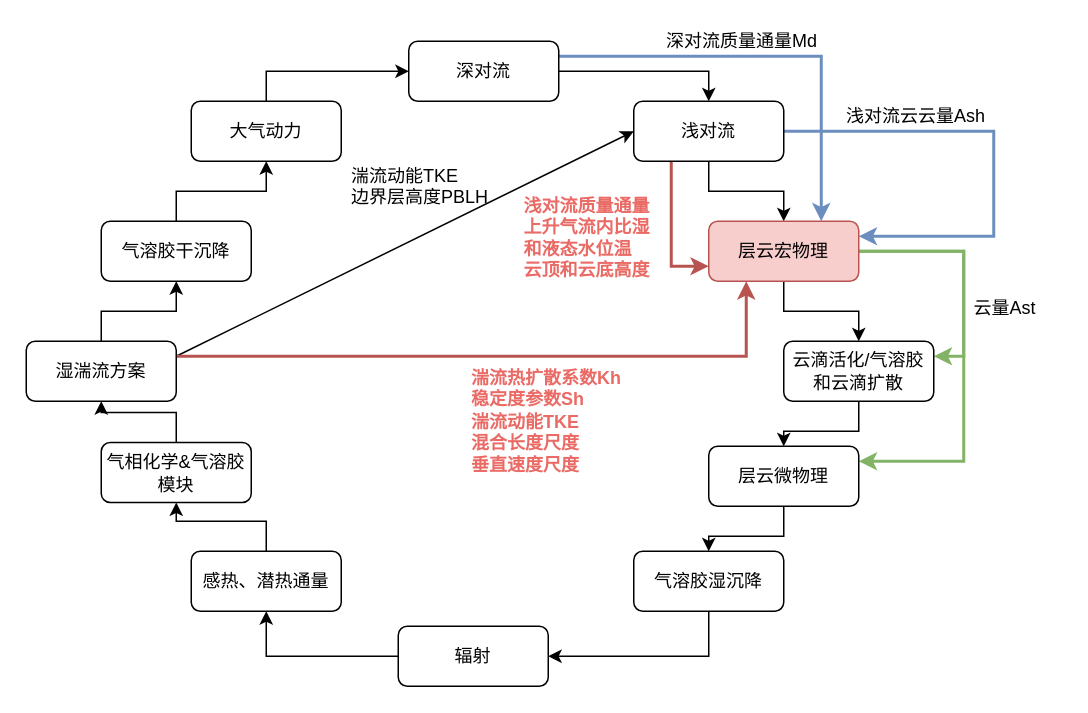
Above: CAM5-schematic.drawio in qinyia/drawio.output (draw.io), before the change. Source tidied: cells renumbered, new cells numbered last; positions are measured from the earlier drawing's top-left corner, leaving out a move shared by most shapes. Both pictures are drawn from the tidied source at 150%, with x=0, y=0 at pixel (26, 26).
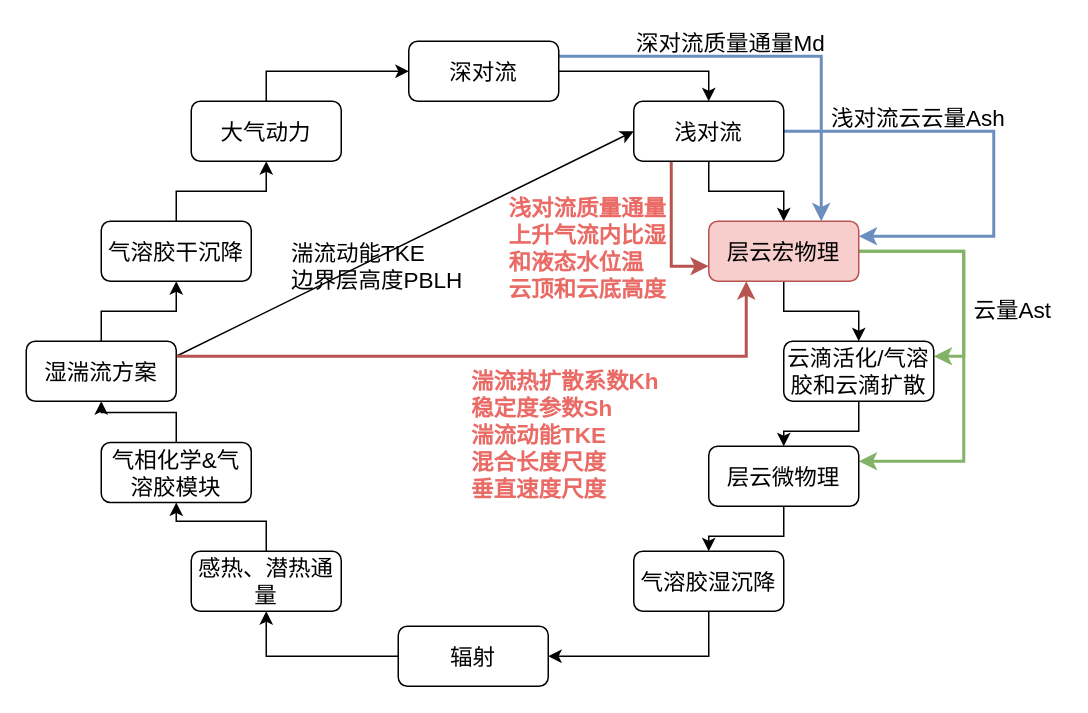
Above is the later version.

What changed in the source:
```diff
@@
-    <mxCell id="2" style="edgeStyle=orthogonalEdgeStyle;rounded=0;jettySize=auto;html=1;exitX=1;exitY=0.5;exitDx=0;exitDy=0;entryX=0.5;entryY=0;entryDx=0;entryDy=0;" parent="1" edge="1" source="4" target="8">
+    <mxCell id="2" style="edgeStyle=orthogonalEdgeStyle;rounded=0;jettySize=auto;html=1;exitX=1;exitY=0.5;exitDx=0;exitDy=0;entryX=0.5;entryY=0;entryDx=0;entryDy=0;fontSize=15;" parent="1" edge="1" source="4" target="8">
       <mxGeometry relative="1" as="geometry" />
     </mxCell>
-    <mxCell id="3" style="edgeStyle=orthogonalEdgeStyle;rounded=0;jettySize=auto;html=1;exitX=1;exitY=0.25;exitDx=0;exitDy=0;entryX=0.75;entryY=0;entryDx=0;entryDy=0;strokeWidth=2;fillColor=#dae8fc;strokeColor=#6c8ebf;" parent="1" edge="1" source="4" target="12">
+    <mxCell id="3" style="edgeStyle=orthogonalEdgeStyle;rounded=0;jettySize=auto;html=1;exitX=1;exitY=0.25;exitDx=0;exitDy=0;entryX=0.75;entryY=0;entryDx=0;entryDy=0;strokeWidth=2;fillColor=#dae8fc;strokeColor=#6c8ebf;fontSize=15;" parent="1" edge="1" source="4" target="12">
       <mxGeometry relative="1" as="geometry" />
     </mxCell>
-    <mxCell id="4" value="深对流" style="rounded=1;whiteSpace=wrap;html=1;" parent="1" vertex="1">
+    <mxCell id="4" value="深对流" style="rounded=1;whiteSpace=wrap;html=1;fontSize=15;" parent="1" vertex="1">
       <mxGeometry x="255" y="10" width="100" height="40" as="geometry" />
     </mxCell>
-    <mxCell id="5" style="edgeStyle=orthogonalEdgeStyle;rounded=0;jettySize=auto;html=1;entryX=0.5;entryY=0;entryDx=0;entryDy=0;" parent="1" edge="1" source="8" target="12">
+    <mxCell id="5" style="edgeStyle=orthogonalEdgeStyle;rounded=0;jettySize=auto;html=1;entryX=0.5;entryY=0;entryDx=0;entryDy=0;fontSize=15;" parent="1" edge="1" source="8" target="12">
       <mxGeometry relative="1" as="geometry" />
     </mxCell>
-    <mxCell id="6" style="edgeStyle=orthogonalEdgeStyle;rounded=0;jettySize=auto;html=1;exitX=1;exitY=0.5;exitDx=0;exitDy=0;entryX=1;entryY=0.25;entryDx=0;entryDy=0;strokeWidth=2;fillColor=#dae8fc;strokeColor=#6c8ebf;" parent="1" edge="1" source="8" target="12">
+    <mxCell id="6" style="edgeStyle=orthogonalEdgeStyle;rounded=0;jettySize=auto;html=1;exitX=1;exitY=0.5;exitDx=0;exitDy=0;entryX=1;entryY=0.25;entryDx=0;entryDy=0;strokeWidth=2;fillColor=#dae8fc;strokeColor=#6c8ebf;fontSize=15;" parent="1" edge="1" source="8" target="12">
       <mxGeometry relative="1" as="geometry">
         <Array as="points">
           <mxPoint x="645" y="70" />
           <mxPoint x="645" y="140" />
         </Array>
       </mxGeometry>
     </mxCell>
-    <mxCell id="7" style="edgeStyle=orthogonalEdgeStyle;rounded=0;jettySize=auto;html=1;exitX=0.25;exitY=1;exitDx=0;exitDy=0;entryX=0;entryY=0.75;entryDx=0;entryDy=0;strokeWidth=2;fillColor=#f8cecc;strokeColor=#b85450;" parent="1" edge="1" source="8" target="12">
+    <mxCell id="7" style="edgeStyle=orthogonalEdgeStyle;rounded=0;jettySize=auto;html=1;exitX=0.25;exitY=1;exitDx=0;exitDy=0;entryX=0;entryY=0.75;entryDx=0;entryDy=0;strokeWidth=2;fillColor=#f8cecc;strokeColor=#b85450;fontSize=15;" parent="1" edge="1" source="8" target="12">
       <mxGeometry relative="1" as="geometry" />
     </mxCell>
-    <mxCell id="8" value="浅对流" style="rounded=1;whiteSpace=wrap;html=1;" parent="1" vertex="1">
+    <mxCell id="8" value="浅对流" style="rounded=1;whiteSpace=wrap;html=1;fontSize=15;" parent="1" vertex="1">
       <mxGeometry x="405" y="50" width="100" height="40" as="geometry" />
     </mxCell>
-    <mxCell id="9" style="edgeStyle=orthogonalEdgeStyle;rounded=0;jettySize=auto;html=1;exitX=0.5;exitY=1;exitDx=0;exitDy=0;entryX=0.5;entryY=0;entryDx=0;entryDy=0;" parent="1" edge="1" source="12" target="14">
+    <mxCell id="9" style="edgeStyle=orthogonalEdgeStyle;rounded=0;jettySize=auto;html=1;exitX=0.5;exitY=1;exitDx=0;exitDy=0;entryX=0.5;entryY=0;entryDx=0;entryDy=0;fontSize=15;" parent="1" edge="1" source="12" target="14">
       <mxGeometry relative="1" as="geometry" />
     </mxCell>
-    <mxCell id="10" style="edgeStyle=orthogonalEdgeStyle;rounded=0;jettySize=auto;html=1;exitX=1;exitY=0.5;exitDx=0;exitDy=0;entryX=1;entryY=0.25;entryDx=0;entryDy=0;strokeWidth=2;fillColor=#d5e8d4;strokeColor=#82b366;" parent="1" edge="1" source="12" target="14">
+    <mxCell id="10" style="edgeStyle=orthogonalEdgeStyle;rounded=0;jettySize=auto;html=1;exitX=1;exitY=0.5;exitDx=0;exitDy=0;entryX=1;entryY=0.25;entryDx=0;entryDy=0;strokeWidth=2;fillColor=#d5e8d4;strokeColor=#82b366;fontSize=15;" parent="1" edge="1" source="12" target="14">
       <mxGeometry relative="1" as="geometry" />
     </mxCell>
-    <mxCell id="11" style="edgeStyle=orthogonalEdgeStyle;rounded=0;jettySize=auto;html=1;exitX=1;exitY=0.5;exitDx=0;exitDy=0;entryX=1;entryY=0.25;entryDx=0;entryDy=0;strokeWidth=2;fillColor=#d5e8d4;strokeColor=#82b366;" parent="1" edge="1" source="12" target="16">
+    <mxCell id="11" style="edgeStyle=orthogonalEdgeStyle;rounded=0;jettySize=auto;html=1;exitX=1;exitY=0.5;exitDx=0;exitDy=0;entryX=1;entryY=0.25;entryDx=0;entryDy=0;strokeWidth=2;fillColor=#d5e8d4;strokeColor=#82b366;fontSize=15;" parent="1" edge="1" source="12" target="16">
       <mxGeometry relative="1" as="geometry">
         <Array as="points">
           <mxPoint x="625" y="150" />
           <mxPoint x="625" y="290" />
         </Array>
       </mxGeometry>
     </mxCell>
-    <mxCell id="12" value="层云宏物理" style="rounded=1;whiteSpace=wrap;html=1;fillColor=#f8cecc;strokeColor=#b85450;" parent="1" vertex="1">
+    <mxCell id="12" value="层云宏物理" style="rounded=1;whiteSpace=wrap;html=1;fillColor=#f8cecc;strokeColor=#b85450;fontSize=15;" parent="1" vertex="1">
       <mxGeometry x="455" y="130" width="100" height="40" as="geometry" />
     </mxCell>
-    <mxCell id="13" style="edgeStyle=orthogonalEdgeStyle;rounded=0;jettySize=auto;html=1;exitX=0.5;exitY=1;exitDx=0;exitDy=0;entryX=0.5;entryY=0;entryDx=0;entryDy=0;" parent="1" edge="1" source="14" target="16">
+    <mxCell id="13" style="edgeStyle=orthogonalEdgeStyle;rounded=0;jettySize=auto;html=1;exitX=0.5;exitY=1;exitDx=0;exitDy=0;entryX=0.5;entryY=0;entryDx=0;entryDy=0;fontSize=15;" parent="1" edge="1" source="14" target="16">
       <mxGeometry relative="1" as="geometry" />
     </mxCell>
-    <mxCell id="14" value="云滴活化/气溶胶和云滴扩散" style="rounded=1;whiteSpace=wrap;html=1;" parent="1" vertex="1">
+    <mxCell id="14" value="云滴活化/气溶胶和云滴扩散" style="rounded=1;whiteSpace=wrap;html=1;fontSize=15;" parent="1" vertex="1">
       <mxGeometry x="505" y="210" width="100" height="40" as="geometry" />
     </mxCell>
-    <mxCell id="15" style="edgeStyle=orthogonalEdgeStyle;rounded=0;jettySize=auto;html=1;exitX=0.5;exitY=1;exitDx=0;exitDy=0;entryX=0.5;entryY=0;entryDx=0;entryDy=0;" parent="1" edge="1" source="16" target="18">
+    <mxCell id="15" style="edgeStyle=orthogonalEdgeStyle;rounded=0;jettySize=auto;html=1;exitX=0.5;exitY=1;exitDx=0;exitDy=0;entryX=0.5;entryY=0;entryDx=0;entryDy=0;fontSize=15;" parent="1" edge="1" source="16" target="18">
       <mxGeometry relative="1" as="geometry" />
     </mxCell>
-    <mxCell id="16" value="层云微物理" style="rounded=1;whiteSpace=wrap;html=1;" parent="1" vertex="1">
+    <mxCell id="16" value="层云微物理" style="rounded=1;whiteSpace=wrap;html=1;fontSize=15;" parent="1" vertex="1">
       <mxGeometry x="455" y="280" width="100" height="40" as="geometry" />
     </mxCell>
-    <mxCell id="17" style="edgeStyle=orthogonalEdgeStyle;rounded=0;jettySize=auto;html=1;exitX=0.5;exitY=1;exitDx=0;exitDy=0;entryX=1;entryY=0.5;entryDx=0;entryDy=0;" parent="1" edge="1" source="18" target="20">
+    <mxCell id="17" style="edgeStyle=orthogonalEdgeStyle;rounded=0;jettySize=auto;html=1;exitX=0.5;exitY=1;exitDx=0;exitDy=0;entryX=1;entryY=0.5;entryDx=0;entryDy=0;fontSize=15;" parent="1" edge="1" source="18" target="20">
       <mxGeometry relative="1" as="geometry" />
     </mxCell>
-    <mxCell id="18" value="气溶胶湿沉降" style="rounded=1;whiteSpace=wrap;html=1;" parent="1" vertex="1">
+    <mxCell id="18" value="气溶胶湿沉降" style="rounded=1;whiteSpace=wrap;html=1;fontSize=15;" parent="1" vertex="1">
       <mxGeometry x="405" y="350" width="100" height="40" as="geometry" />
     </mxCell>
-    <mxCell id="19" style="edgeStyle=orthogonalEdgeStyle;rounded=0;jettySize=auto;html=1;entryX=0.5;entryY=1;entryDx=0;entryDy=0;" parent="1" edge="1" source="20" target="22">
+    <mxCell id="19" style="edgeStyle=orthogonalEdgeStyle;rounded=0;jettySize=auto;html=1;entryX=0.5;entryY=1;entryDx=0;entryDy=0;fontSize=15;" parent="1" edge="1" source="20" target="22">
       <mxGeometry relative="1" as="geometry" />
     </mxCell>
-    <mxCell id="20" value="辐射" style="rounded=1;whiteSpace=wrap;html=1;" parent="1" vertex="1">
+    <mxCell id="20" value="辐射" style="rounded=1;whiteSpace=wrap;html=1;fontSize=15;" parent="1" vertex="1">
       <mxGeometry x="248" y="400" width="100" height="40" as="geometry" />
     </mxCell>
-    <mxCell id="21" style="edgeStyle=orthogonalEdgeStyle;rounded=0;jettySize=auto;html=1;exitX=0.5;exitY=0;exitDx=0;exitDy=0;entryX=0.5;entryY=1;entryDx=0;entryDy=0;" parent="1" edge="1" source="22" target="24">
+    <mxCell id="21" style="edgeStyle=orthogonalEdgeStyle;rounded=0;jettySize=auto;html=1;exitX=0.5;exitY=0;exitDx=0;exitDy=0;entryX=0.5;entryY=1;entryDx=0;entryDy=0;fontSize=15;" parent="1" edge="1" source="22" target="24">
       <mxGeometry relative="1" as="geometry" />
     </mxCell>
-    <mxCell id="22" value="感热、潜热通量" style="rounded=1;whiteSpace=wrap;html=1;" parent="1" vertex="1">
+    <mxCell id="22" value="感热、潜热通量" style="rounded=1;whiteSpace=wrap;html=1;fontSize=15;" parent="1" vertex="1">
       <mxGeometry x="110" y="350" width="100" height="40" as="geometry" />
     </mxCell>
-    <mxCell id="23" style="edgeStyle=orthogonalEdgeStyle;rounded=0;jettySize=auto;html=1;exitX=0.5;exitY=0;exitDx=0;exitDy=0;entryX=0.5;entryY=1;entryDx=0;entryDy=0;" parent="1" edge="1" source="24" target="28">
+    <mxCell id="23" style="edgeStyle=orthogonalEdgeStyle;rounded=0;jettySize=auto;html=1;exitX=0.5;exitY=0;exitDx=0;exitDy=0;entryX=0.5;entryY=1;entryDx=0;entryDy=0;fontSize=15;" parent="1" edge="1" source="24" target="28">
       <mxGeometry relative="1" as="geometry" />
     </mxCell>
-    <mxCell id="24" value="气相化学&amp;amp;气溶胶模块" style="rounded=1;whiteSpace=wrap;html=1;" parent="1" vertex="1">
+    <mxCell id="24" value="气相化学&amp;amp;气溶胶模块" style="rounded=1;whiteSpace=wrap;html=1;fontSize=15;" parent="1" vertex="1">
       <mxGeometry x="50" y="277.5" width="100" height="40" as="geometry" />
     </mxCell>
-    <mxCell id="25" style="edgeStyle=orthogonalEdgeStyle;rounded=0;jettySize=auto;html=1;exitX=0.5;exitY=0;exitDx=0;exitDy=0;entryX=0.5;entryY=1;entryDx=0;entryDy=0;" parent="1" edge="1" source="28" target="30">
+    <mxCell id="25" style="edgeStyle=orthogonalEdgeStyle;rounded=0;jettySize=auto;html=1;exitX=0.5;exitY=0;exitDx=0;exitDy=0;entryX=0.5;entryY=1;entryDx=0;entryDy=0;fontSize=15;" parent="1" edge="1" source="28" target="30">
       <mxGeometry relative="1" as="geometry" />
     </mxCell>
-    <mxCell id="26" style="rounded=0;jettySize=auto;html=1;exitX=1;exitY=0.25;exitDx=0;exitDy=0;entryX=0;entryY=0.5;entryDx=0;entryDy=0;" parent="1" edge="1" source="28" target="8">
+    <mxCell id="26" style="rounded=0;jettySize=auto;html=1;exitX=1;exitY=0.25;exitDx=0;exitDy=0;entryX=0;entryY=0.5;entryDx=0;entryDy=0;fontSize=15;" parent="1" edge="1" source="28" target="8">
       <mxGeometry relative="1" as="geometry" />
     </mxCell>
-    <mxCell id="27" style="edgeStyle=orthogonalEdgeStyle;rounded=0;jettySize=auto;html=1;exitX=1;exitY=0.25;exitDx=0;exitDy=0;entryX=0.25;entryY=1;entryDx=0;entryDy=0;strokeWidth=2;fillColor=#f8cecc;strokeColor=#b85450;" parent="1" edge="1" source="28" target="12">
+    <mxCell id="27" style="edgeStyle=orthogonalEdgeStyle;rounded=0;jettySize=auto;html=1;exitX=1;exitY=0.25;exitDx=0;exitDy=0;entryX=0.25;entryY=1;entryDx=0;entryDy=0;strokeWidth=2;fillColor=#f8cecc;strokeColor=#b85450;fontSize=15;" parent="1" edge="1" source="28" target="12">
       <mxGeometry relative="1" as="geometry" />
     </mxCell>
-    <mxCell id="28" value="湿湍流方案" style="rounded=1;whiteSpace=wrap;html=1;" parent="1" vertex="1">
+    <mxCell id="28" value="湿湍流方案" style="rounded=1;whiteSpace=wrap;html=1;fontSize=15;" parent="1" vertex="1">
       <mxGeometry y="210" width="100" height="40" as="geometry" />
     </mxCell>
-    <mxCell id="29" style="edgeStyle=orthogonalEdgeStyle;rounded=0;jettySize=auto;html=1;exitX=0.5;exitY=0;exitDx=0;exitDy=0;entryX=0.5;entryY=1;entryDx=0;entryDy=0;" parent="1" edge="1" source="30" target="32">
+    <mxCell id="29" style="edgeStyle=orthogonalEdgeStyle;rounded=0;jettySize=auto;html=1;exitX=0.5;exitY=0;exitDx=0;exitDy=0;entryX=0.5;entryY=1;entryDx=0;entryDy=0;fontSize=15;" parent="1" edge="1" source="30" target="32">
       <mxGeometry relative="1" as="geometry" />
     </mxCell>
-    <mxCell id="30" value="气溶胶干沉降" style="rounded=1;whiteSpace=wrap;html=1;" parent="1" vertex="1">
+    <mxCell id="30" value="气溶胶干沉降" style="rounded=1;whiteSpace=wrap;html=1;fontSize=15;" parent="1" vertex="1">
       <mxGeometry x="50" y="130" width="100" height="40" as="geometry" />
     </mxCell>
-    <mxCell id="31" style="edgeStyle=orthogonalEdgeStyle;rounded=0;jettySize=auto;html=1;exitX=0.5;exitY=0;exitDx=0;exitDy=0;entryX=0;entryY=0.5;entryDx=0;entryDy=0;" parent="1" edge="1" source="32" target="4">
+    <mxCell id="31" style="edgeStyle=orthogonalEdgeStyle;rounded=0;jettySize=auto;html=1;exitX=0.5;exitY=0;exitDx=0;exitDy=0;entryX=0;entryY=0.5;entryDx=0;entryDy=0;fontSize=15;" parent="1" edge="1" source="32" target="4">
       <mxGeometry relative="1" as="geometry" />
     </mxCell>
-    <mxCell id="32" value="大气动力" style="rounded=1;whiteSpace=wrap;html=1;" parent="1" vertex="1">
+    <mxCell id="32" value="大气动力" style="rounded=1;whiteSpace=wrap;html=1;fontSize=15;" parent="1" vertex="1">
       <mxGeometry x="110" y="50" width="100" height="40" as="geometry" />
     </mxCell>
-    <mxCell id="33" value="湍流动能TKE&lt;br&gt;边界层高度PBLH&lt;br&gt;" style="text;html=1;align=left;verticalAlign=top;spacingTop=-4;" parent="1" vertex="1">
-      <mxGeometry x="215" y="90" width="110" height="30" as="geometry" />
+    <mxCell id="33" value="湍流动能TKE&lt;br style=&quot;font-size: 15px;&quot;&gt;边界层高度PBLH&lt;br style=&quot;font-size: 15px;&quot;&gt;" style="text;html=1;align=left;verticalAlign=top;spacingTop=-4;fontSize=15;" parent="1" vertex="1">
+      <mxGeometry x="175" y="140" width="110" height="30" as="geometry" />
     </mxCell>
-    <mxCell id="34" value="深对流质量通量Md" style="text;html=1;align=left;verticalAlign=top;spacingTop=-4;" parent="1" vertex="1">
-      <mxGeometry x="425" width="120" height="20" as="geometry" />
+    <mxCell id="34" value="深对流质量通量Md" style="text;html=1;align=left;verticalAlign=top;spacingTop=-4;fontSize=15;" parent="1" vertex="1">
+      <mxGeometry x="405" width="120" height="20" as="geometry" />
     </mxCell>
-    <mxCell id="35" value="浅对流云云量Ash" style="text;html=1;align=left;verticalAlign=top;spacingTop=-4;" parent="1" vertex="1">
-      <mxGeometry x="545" y="50" width="110" height="20" as="geometry" />
+    <mxCell id="35" value="浅对流云云量Ash" style="text;html=1;align=left;verticalAlign=top;spacingTop=-4;fontSize=15;" parent="1" vertex="1">
+      <mxGeometry x="535" y="50" width="110" height="20" as="geometry" />
     </mxCell>
-    <mxCell id="36" value="云量Ast" style="text;html=1;align=left;verticalAlign=top;spacingTop=-4;" parent="1" vertex="1">
+    <mxCell id="36" value="云量Ast" style="text;html=1;align=left;verticalAlign=top;spacingTop=-4;fontSize=15;" parent="1" vertex="1">
       <mxGeometry x="630" y="178" width="60" height="20" as="geometry" />
     </mxCell>
-    <mxCell id="37" value="&lt;font color=&quot;#ea6b66&quot;&gt;&lt;b&gt;湍流热扩散系数Kh&lt;br&gt;稳定度参数Sh&lt;br&gt;湍流动能TKE&lt;br&gt;混合长度尺度&lt;br&gt;垂直速度尺度&lt;/b&gt;&lt;/font&gt;&lt;br&gt;" style="text;html=1;align=left;verticalAlign=top;spacingTop=-4;" parent="1" vertex="1">
+    <mxCell id="37" value="&lt;font color=&quot;#ea6b66&quot; style=&quot;font-size: 15px;&quot;&gt;&lt;b style=&quot;font-size: 15px;&quot;&gt;湍流热扩散系数Kh&lt;br style=&quot;font-size: 15px;&quot;&gt;稳定度参数Sh&lt;br style=&quot;font-size: 15px;&quot;&gt;湍流动能TKE&lt;br style=&quot;font-size: 15px;&quot;&gt;混合长度尺度&lt;br style=&quot;font-size: 15px;&quot;&gt;垂直速度尺度&lt;/b&gt;&lt;/font&gt;&lt;br style=&quot;font-size: 15px;&quot;&gt;" style="text;html=1;align=left;verticalAlign=top;spacingTop=-4;fontSize=15;" parent="1" vertex="1">
       <mxGeometry x="295" y="225" width="120" height="70" as="geometry" />
     </mxCell>
-    <mxCell id="38" value="&lt;b&gt;&lt;font color=&quot;#ea6b66&quot;&gt;浅对流质量通量&lt;br&gt;上升气流内比湿&lt;br&gt;和液态水位温&lt;br&gt;云顶和云底高度&lt;/font&gt;&lt;/b&gt;&lt;br&gt;" style="text;html=1;align=left;verticalAlign=top;spacingTop=-4;" parent="1" vertex="1">
-      <mxGeometry x="330" y="110" width="100" height="60" as="geometry" />
+    <mxCell id="38" value="&lt;b style=&quot;font-size: 15px;&quot;&gt;&lt;font color=&quot;#ea6b66&quot; style=&quot;font-size: 15px;&quot;&gt;浅对流质量通量&lt;br style=&quot;font-size: 15px;&quot;&gt;上升气流内比湿&lt;br style=&quot;font-size: 15px;&quot;&gt;和液态水位温&lt;br style=&quot;font-size: 15px;&quot;&gt;云顶和云底高度&lt;/font&gt;&lt;/b&gt;&lt;br style=&quot;font-size: 15px;&quot;&gt;" style="text;html=1;align=left;verticalAlign=top;spacingTop=-4;fontSize=15;" parent="1" vertex="1">
+      <mxGeometry x="320" y="110" width="100" height="60" as="geometry" />
     </mxCell>
```
